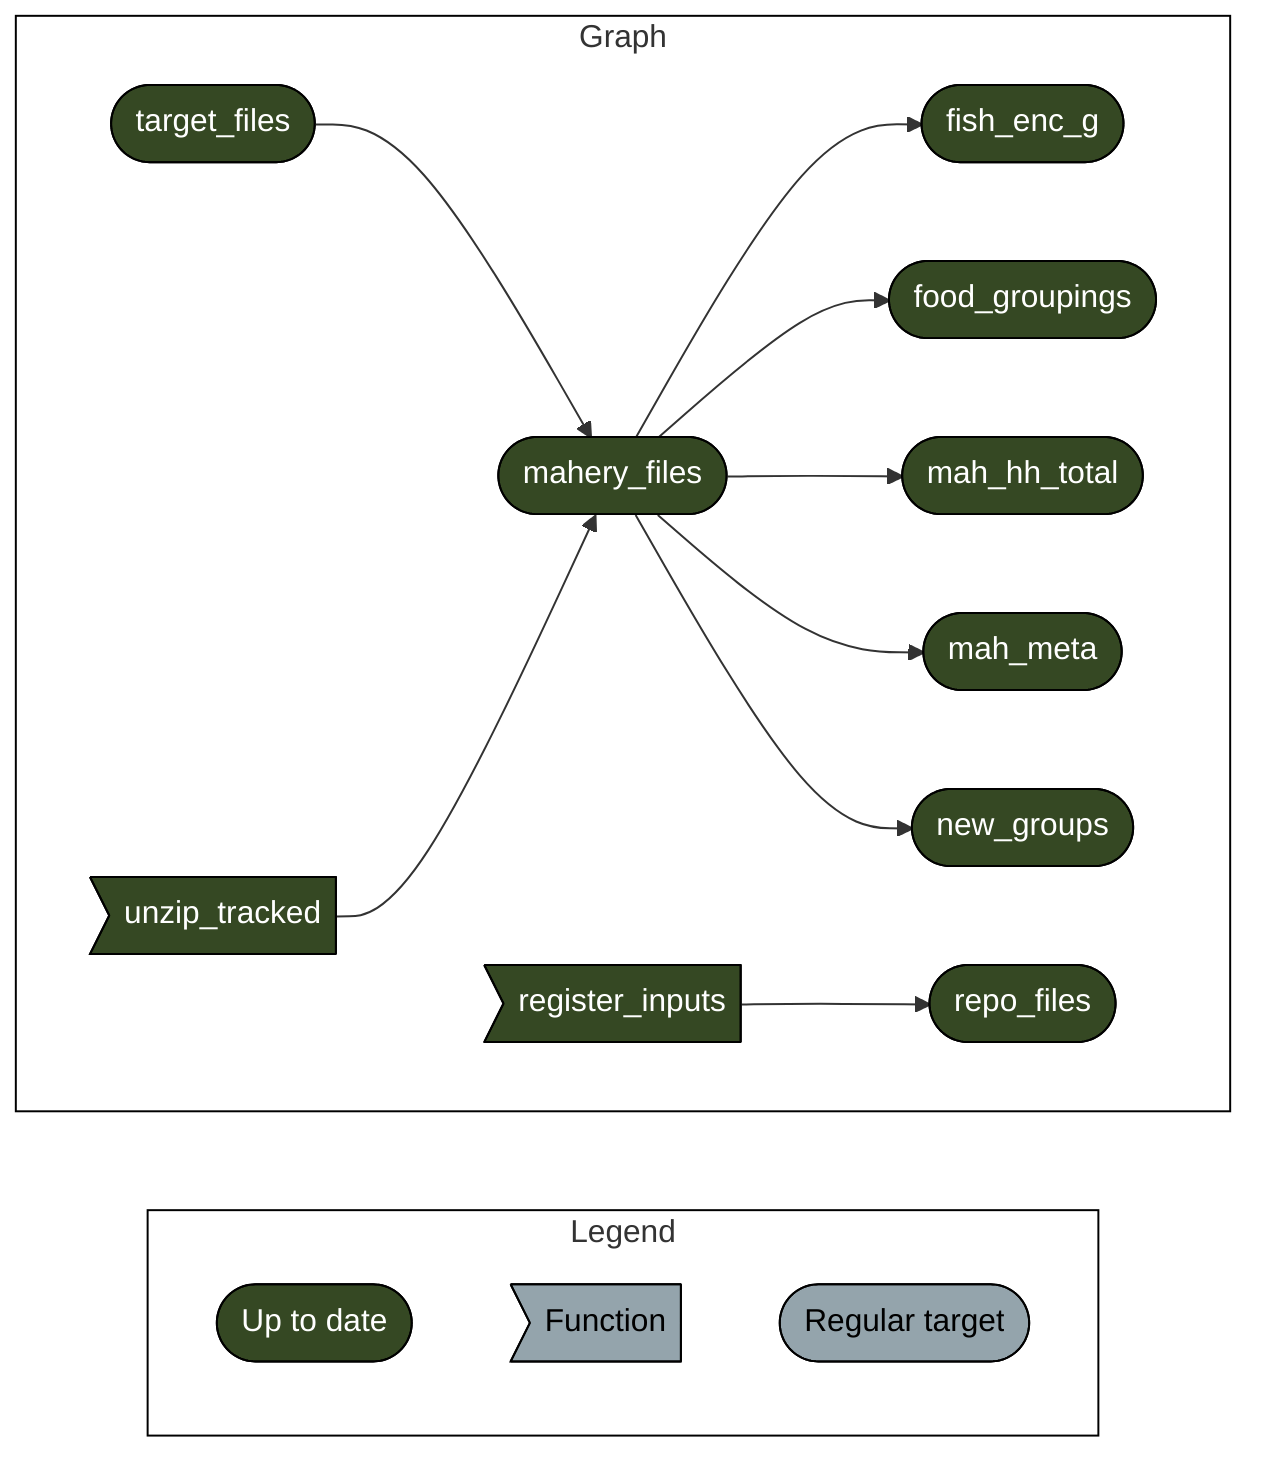
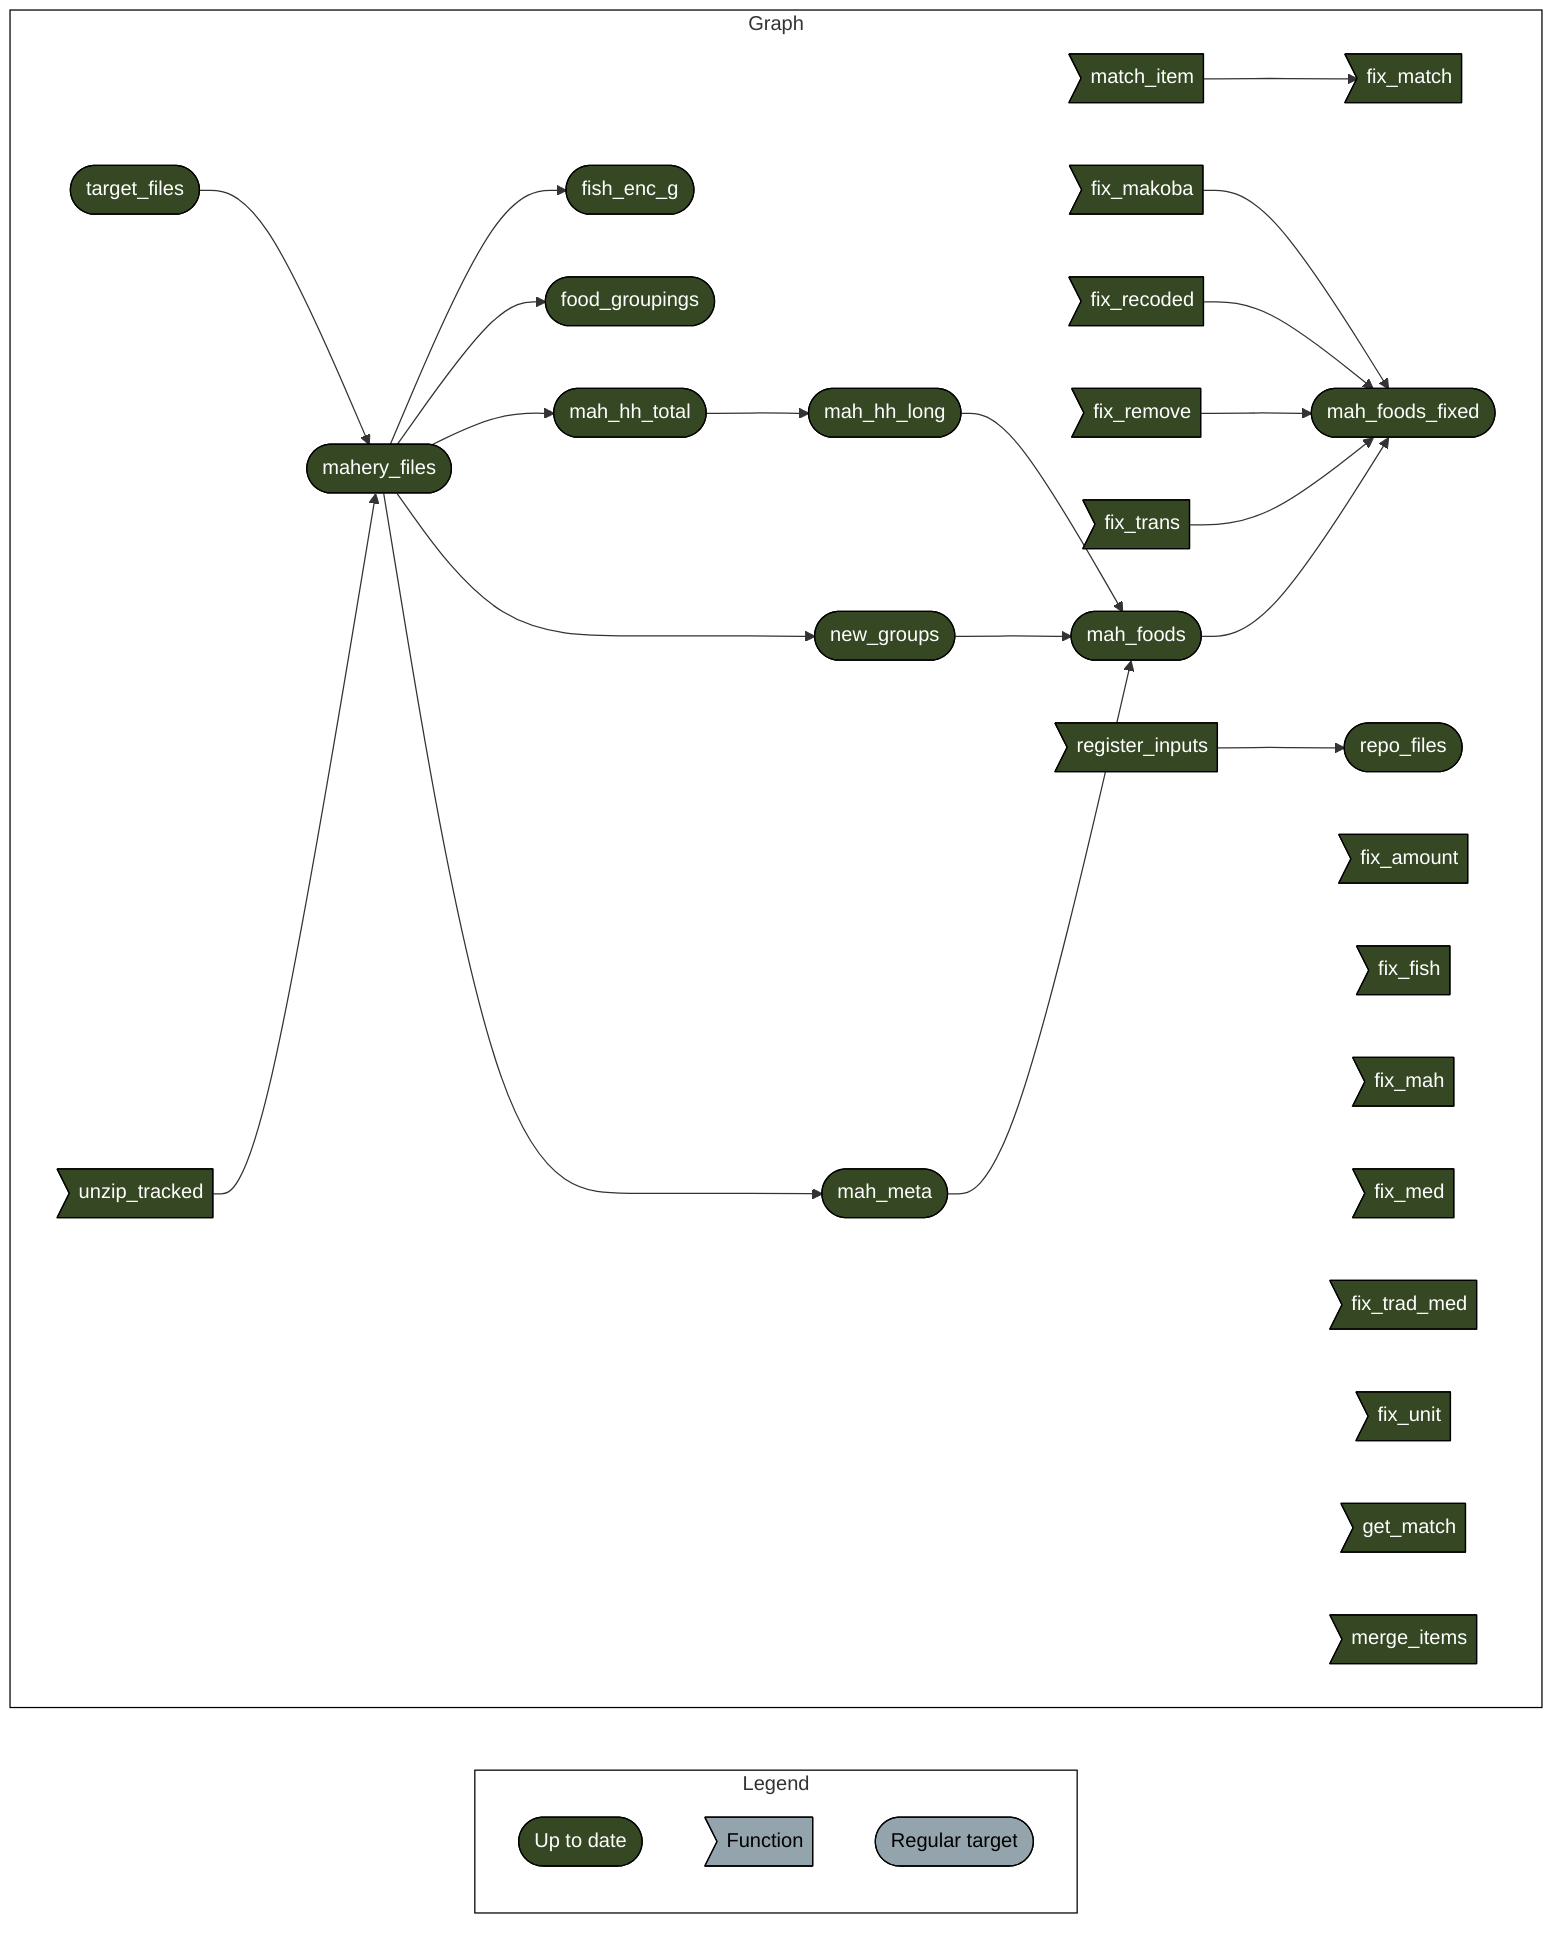
graph LR
  style Legend fill:#FFFFFF00,stroke:#000000;
  style Graph fill:#FFFFFF00,stroke:#000000;
  subgraph Legend
    xf1522833a4d242c5(["Up to date"]):::uptodate
    xeb2d7cac8a1ce544>"Function"]:::none
    xd03d7c7dd2ddda2b(["Regular target"]):::none
  end
  subgraph Graph
    direction LR
    x3f87a69e8b2529de(["mahery_files"]):::uptodate --> x6f8c1d6470e24981(["fish_enc_g"]):::uptodate
+     xba950978057a8fde>"match_item"]:::uptodate --> xd2cc95bebb457d64>"fix_match"]:::uptodate
    x3f87a69e8b2529de(["mahery_files"]):::uptodate --> xa58edb6a8d937857(["food_groupings"]):::uptodate
+     x512bfd8a67641340(["mah_hh_long"]):::uptodate --> xe9ddb0b88479035f(["mah_foods"]):::uptodate
+     x421f9adc4785f6fe(["new_groups"]):::uptodate --> xe9ddb0b88479035f(["mah_foods"]):::uptodate
+     x755f407db4e4743e(["mah_meta"]):::uptodate --> xe9ddb0b88479035f(["mah_foods"]):::uptodate
+     x2caa9ddba1672a42>"fix_makoba"]:::uptodate --> xedbf9b0b1b73288a(["mah_foods_fixed"]):::uptodate
+     x44b32fb7c2028950>"fix_recoded"]:::uptodate --> xedbf9b0b1b73288a(["mah_foods_fixed"]):::uptodate
+     x8fc1ffd4b2efc7e8>"fix_remove"]:::uptodate --> xedbf9b0b1b73288a(["mah_foods_fixed"]):::uptodate
+     x85067c2c1be27ab5>"fix_trans"]:::uptodate --> xedbf9b0b1b73288a(["mah_foods_fixed"]):::uptodate
+     xe9ddb0b88479035f(["mah_foods"]):::uptodate --> xedbf9b0b1b73288a(["mah_foods_fixed"]):::uptodate
+     x8460fff2da11a1ca(["mah_hh_total"]):::uptodate --> x512bfd8a67641340(["mah_hh_long"]):::uptodate
    x3f87a69e8b2529de(["mahery_files"]):::uptodate --> x8460fff2da11a1ca(["mah_hh_total"]):::uptodate
    x3f87a69e8b2529de(["mahery_files"]):::uptodate --> x755f407db4e4743e(["mah_meta"]):::uptodate
    xd3a10a24e8b9f3f0(["target_files"]):::uptodate --> x3f87a69e8b2529de(["mahery_files"]):::uptodate
    xa166bcfc62def816>"unzip_tracked"]:::uptodate --> x3f87a69e8b2529de(["mahery_files"]):::uptodate
    x3f87a69e8b2529de(["mahery_files"]):::uptodate --> x421f9adc4785f6fe(["new_groups"]):::uptodate
    xb6c98845f86dfafb>"register_inputs"]:::uptodate --> x7c66da3dee7f04e2(["repo_files"]):::uptodate
- 
+     xa052234f29b52a07>"fix_amount"]:::uptodate
+     x2b898eaef57b0c62>"fix_fish"]:::uptodate
+     xee0127aabbbec0f0>"fix_mah"]:::uptodate
+     x019b3719a64bcbbe>"fix_med"]:::uptodate
+     xab03c2a7b8b75fa1>"fix_trad_med"]:::uptodate
+     x7ab637c820b084b5>"fix_unit"]:::uptodate
+     x77efecfe9969e520>"get_match"]:::uptodate
+     xcdbe8bc09568c9ba>"merge_items"]:::uptodate
  end
  classDef uptodate stroke:#000000,color:#ffffff,fill:#354823;
  classDef none stroke:#000000,color:#000000,fill:#94a4ac;
